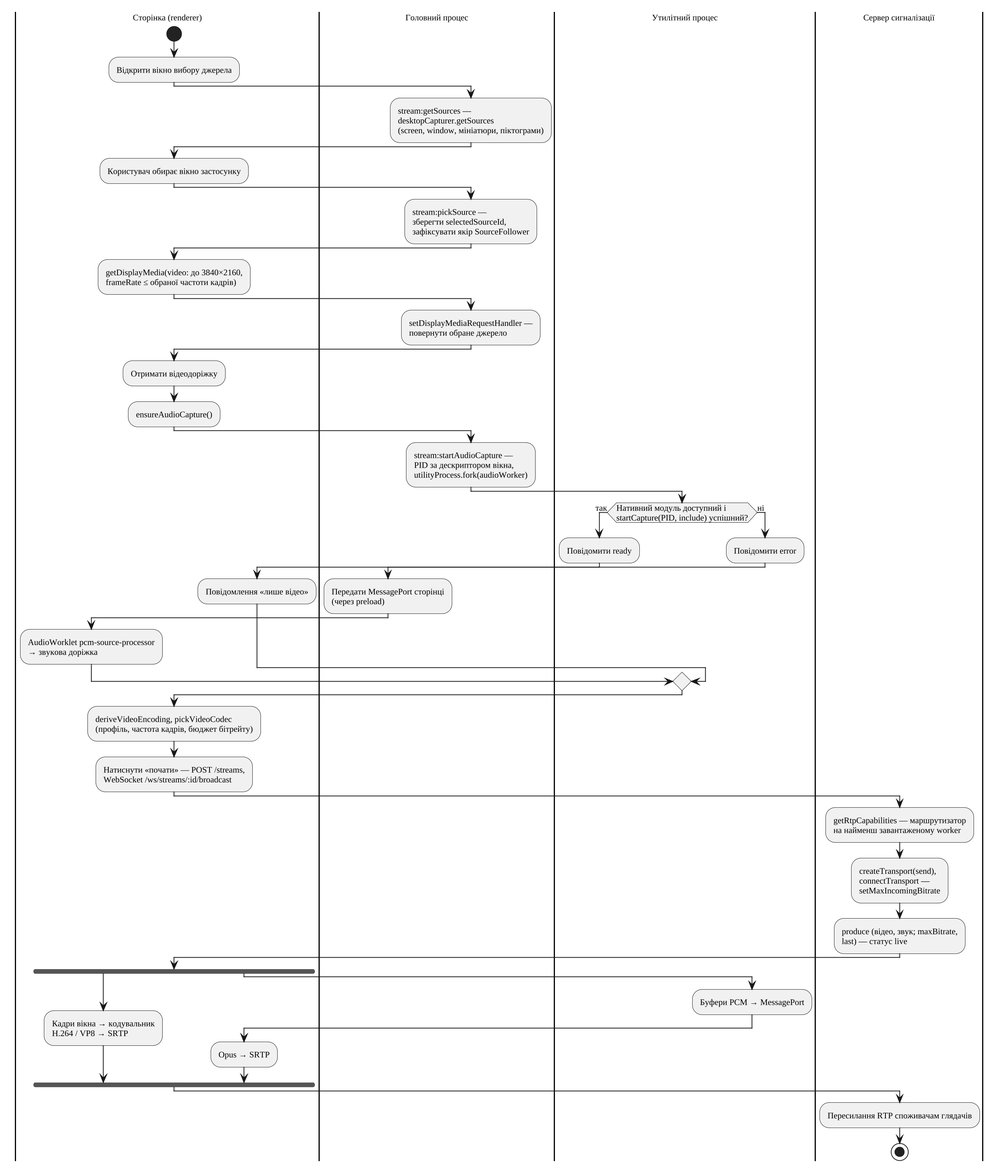
This is thesis/diagrams/fig-capture-pipeline.png from Nikitos1926/stream-share, a PlantUML export, as it was before one commit. Source of this version:
```plantuml
@startuml
!pragma layout smetana
skinparam defaultFontName "Liberation Serif"
skinparam dpi 200
skinparam shadowing false
skinparam monochrome true
skinparam defaultFontSize 11


|Сторінка (renderer)|
start
:Відкрити вікно вибору джерела;
|Головний процес|
:stream:getSources —
desktopCapturer.getSources
(screen, window, мініатюри, піктограми);
|Сторінка (renderer)|
:Користувач обирає вікно застосунку;
|Головний процес|
:stream:pickSource —
зберегти selectedSourceId,
зафіксувати якір SourceFollower;
|Сторінка (renderer)|
:getDisplayMedia(video: до 3840×2160,
frameRate ≤ обраної частоти кадрів);
|Головний процес|
:setDisplayMediaRequestHandler —
повернути обране джерело;
|Сторінка (renderer)|
:Отримати відеодоріжку;
:ensureAudioCapture();
|Головний процес|
:stream:startAudioCapture —
PID за дескриптором вікна,
utilityProcess.fork(audioWorker);
|Утилітний процес|
if (Нативний модуль доступний і\nstartCapture(PID, include) успішний?) then (так)
  :Повідомити ready;
  |Головний процес|
  :Передати MessagePort сторінці
  (через preload);
  |Сторінка (renderer)|
  :AudioWorklet pcm-source-processor
  → звукова доріжка;
else (ні)
  |Утилітний процес|
  :Повідомити error;
  |Сторінка (renderer)|
  :Повідомлення «лише відео»;
endif
|Сторінка (renderer)|
:deriveVideoEncoding, pickVideoCodec
(профіль, частота кадрів, бюджет бітрейту);
:Натиснути «почати» — POST /streams,
WebSocket /ws/streams/:id/broadcast;
|Сервер сигналізації|
:getRtpCapabilities — маршрутизатор
на найменш завантаженому worker;
:createTransport(send),
connectTransport —
setMaxIncomingBitrate;
:produce (відео, звук; maxBitrate,
last) — статус live;
|Сторінка (renderer)|
fork
  :Кадри вікна → кодувальник
  H.264 / VP8 → SRTP;
fork again
  |Утилітний процес|
  :Буфери PCM → MessagePort;
  |Сторінка (renderer)|
  :Opus → SRTP;
end fork
|Сервер сигналізації|
:Пересилання RTP споживачам глядачів;
stop
@enduml
```
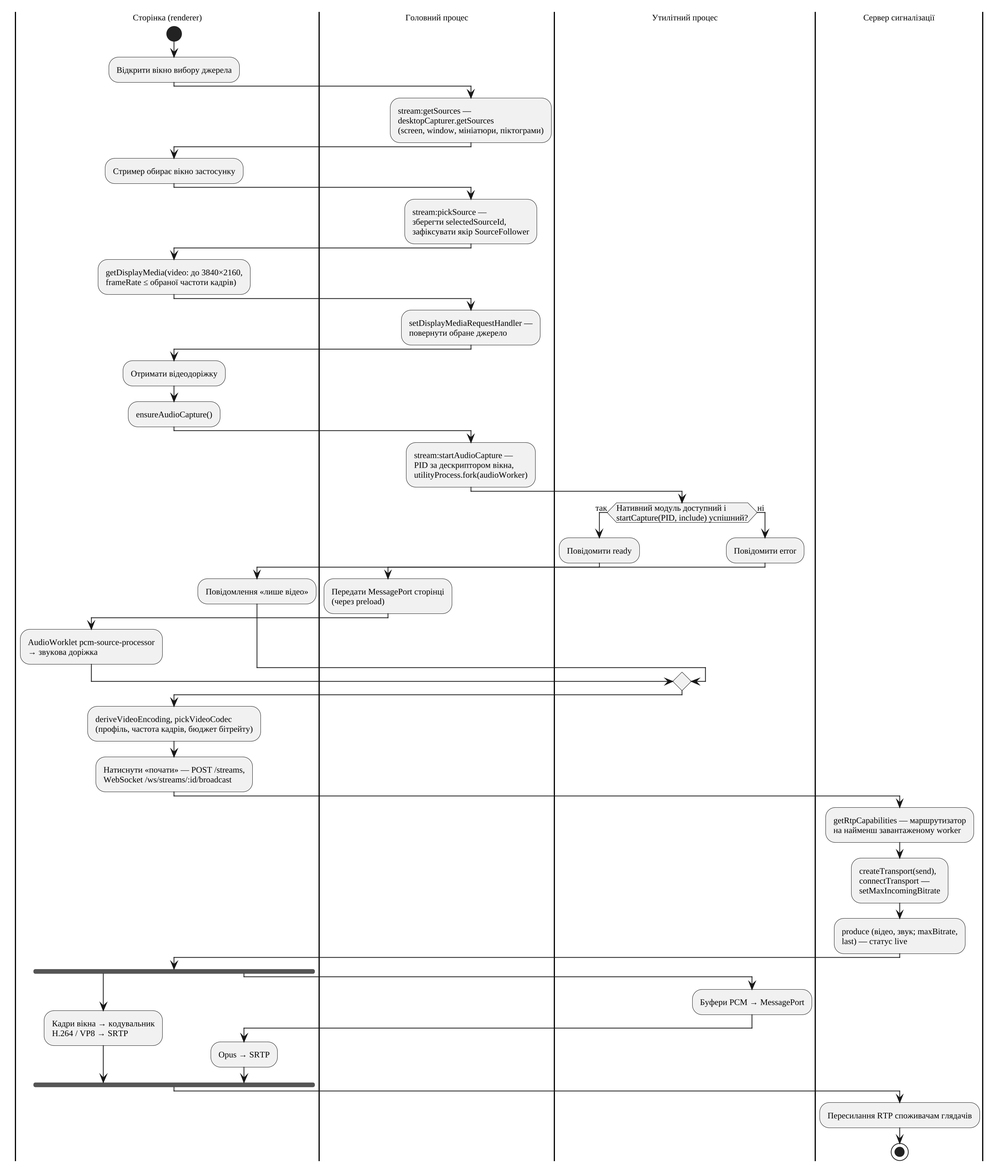
After the commit.

Change to the diagram source:
```diff
@@ -15,7 +15,7 @@
 desktopCapturer.getSources
 (screen, window, мініатюри, піктограми);
 |Сторінка (renderer)|
-:Користувач обирає вікно застосунку;
+:Стример обирає вікно застосунку;
 |Головний процес|
 :stream:pickSource —
 зберегти selectedSourceId,
```
